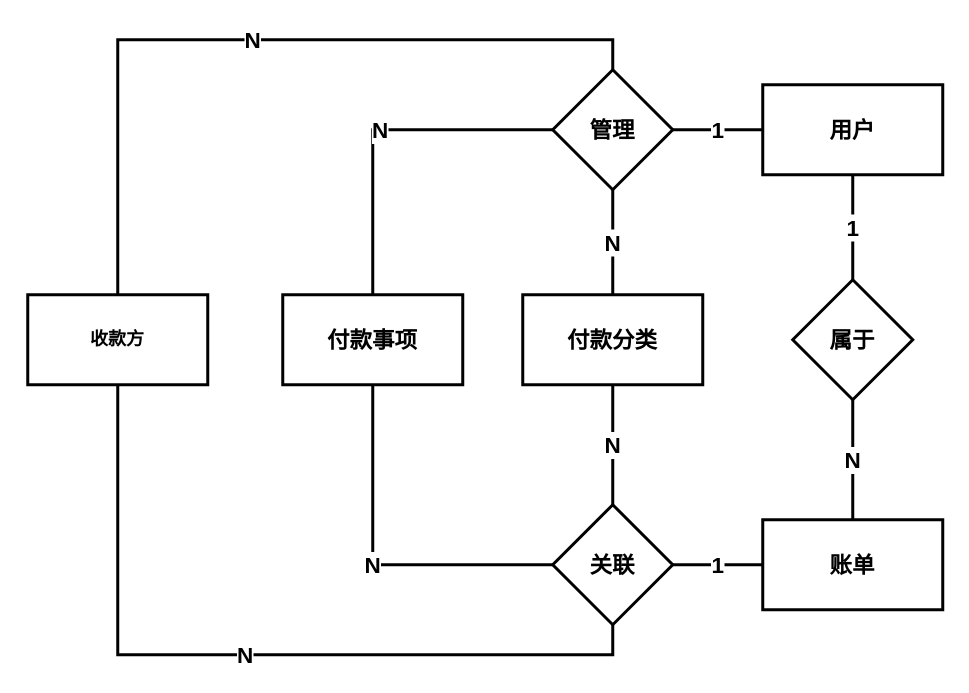
Amos-Pan-lei/diagram-repo keeps this draw.io diagram as page "数据库ER" (2 of 9) of ai记账系统.drawio. Above is the earlier version. Source tidied: cells renumbered, new cells numbered last; positions are measured from the earlier drawing's top-left corner, leaving out a move shared by most shapes. Both pictures are drawn from the tidied source at 150%, with x=0, y=0 at pixel (27, 69).
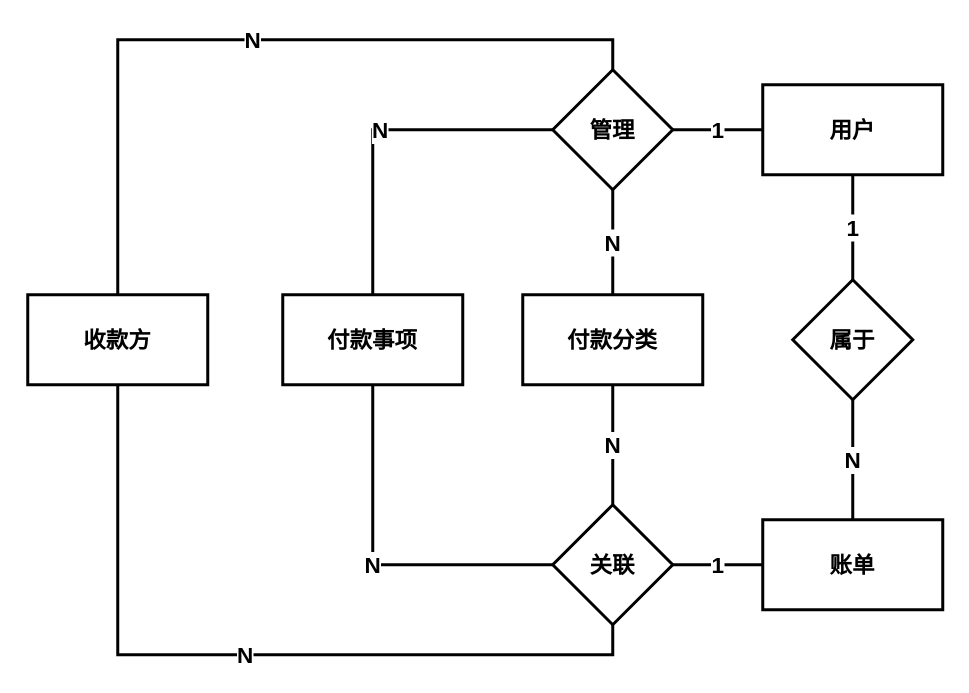
Above is the later version.

Commit message (it also covers changes not shown here):
更新ai记账系统.drawio

Diff of the diagram source:
```diff
@@
 <mxGraphModel>
   <root>
     <mxCell id="0" />
     <mxCell id="1" parent="0" />
     <mxCell id="2" value="1" style="edgeStyle=orthogonalEdgeStyle;rounded=0;jettySize=auto;html=1;exitX=0;exitY=0.5;exitDx=0;exitDy=0;entryX=1;entryY=0.5;entryDx=0;entryDy=0;strokeWidth=2;fontStyle=1;endArrow=none;endFill=0;fontSize=15;" parent="1" edge="1" source="3" target="19">
       <mxGeometry relative="1" as="geometry" />
     </mxCell>
     <mxCell id="3" value="用户" style="rounded=0;whiteSpace=wrap;html=1;fontStyle=1;strokeWidth=2;fontSize=15;" parent="1" vertex="1">
       <mxGeometry x="490" y="10" width="120" height="60" as="geometry" />
     </mxCell>
-    <mxCell id="4" value="收款方" style="rounded=0;whiteSpace=wrap;html=1;fontStyle=1;strokeWidth=2;" parent="1" vertex="1">
+    <mxCell id="4" value="收款方" style="rounded=0;whiteSpace=wrap;html=1;fontStyle=1;strokeWidth=2;fontSize=15;" parent="1" vertex="1">
       <mxGeometry y="150" width="120" height="60" as="geometry" />
     </mxCell>
     <mxCell id="5" value="付款分类" style="rounded=0;whiteSpace=wrap;html=1;fontStyle=1;strokeWidth=2;fontSize=15;" parent="1" vertex="1">
       <mxGeometry x="330" y="150" width="120" height="60" as="geometry" />
     </mxCell>
     <mxCell id="6" value="付款事项" style="rounded=0;whiteSpace=wrap;html=1;fontStyle=1;strokeWidth=2;fontSize=15;" parent="1" vertex="1">
       <mxGeometry x="170" y="150" width="120" height="60" as="geometry" />
     </mxCell>
     <mxCell id="7" value="账单" style="rounded=0;whiteSpace=wrap;html=1;fontStyle=1;strokeWidth=2;fontSize=15;" parent="1" vertex="1">
       <mxGeometry x="490" y="300" width="120" height="60" as="geometry" />
     </mxCell>
     <mxCell id="8" value="1" style="edgeStyle=orthogonalEdgeStyle;rounded=0;jettySize=auto;html=1;exitX=0.5;exitY=0;exitDx=0;exitDy=0;entryX=0.5;entryY=1;entryDx=0;entryDy=0;endArrow=none;endFill=0;strokeWidth=2;fontStyle=1;fontSize=15;" parent="1" edge="1" source="10" target="3">
       <mxGeometry relative="1" as="geometry" />
     </mxCell>
     <mxCell id="9" value="N" style="edgeStyle=orthogonalEdgeStyle;rounded=0;jettySize=auto;html=1;exitX=0.5;exitY=1;exitDx=0;exitDy=0;endArrow=none;endFill=0;strokeWidth=2;fontStyle=1;fontSize=15;" parent="1" edge="1" source="10" target="7">
       <mxGeometry relative="1" as="geometry" />
     </mxCell>
     <mxCell id="10" value="属于" style="rhombus;whiteSpace=wrap;html=1;fontStyle=1;strokeWidth=2;fontSize=15;" parent="1" vertex="1">
       <mxGeometry x="510" y="140" width="80" height="80" as="geometry" />
     </mxCell>
     <mxCell id="11" value="N" style="edgeStyle=orthogonalEdgeStyle;rounded=0;jettySize=auto;html=1;exitX=0.5;exitY=0;exitDx=0;exitDy=0;endArrow=none;endFill=0;strokeWidth=2;fontStyle=1;fontSize=15;" parent="1" edge="1" source="13" target="5">
       <mxGeometry relative="1" as="geometry" />
     </mxCell>
     <mxCell id="12" value="1" style="edgeStyle=orthogonalEdgeStyle;rounded=0;jettySize=auto;html=1;exitX=1;exitY=0.5;exitDx=0;exitDy=0;entryX=0;entryY=0.5;entryDx=0;entryDy=0;endArrow=none;endFill=0;strokeWidth=2;fontStyle=1;fontSize=15;" parent="1" edge="1" source="13" target="7">
       <mxGeometry relative="1" as="geometry" />
     </mxCell>
     <mxCell id="13" value="关联" style="rhombus;whiteSpace=wrap;html=1;fontStyle=1;strokeWidth=2;fontSize=15;" parent="1" vertex="1">
       <mxGeometry x="350" y="290" width="80" height="80" as="geometry" />
     </mxCell>
     <mxCell id="14" value="N" style="edgeStyle=orthogonalEdgeStyle;rounded=0;jettySize=auto;html=1;endArrow=none;endFill=0;strokeWidth=2;fontStyle=1;exitX=0.5;exitY=1;exitDx=0;exitDy=0;fontSize=15;" parent="1" edge="1" source="13" target="4">
       <mxGeometry relative="1" as="geometry" />
     </mxCell>
     <mxCell id="15" value="N" style="edgeStyle=orthogonalEdgeStyle;rounded=0;jettySize=auto;html=1;exitX=0;exitY=0.5;exitDx=0;exitDy=0;endArrow=none;endFill=0;strokeWidth=2;fontStyle=1;fontSize=15;" parent="1" edge="1" source="13" target="6">
       <mxGeometry relative="1" as="geometry" />
     </mxCell>
     <mxCell id="16" value="N" style="edgeStyle=orthogonalEdgeStyle;rounded=0;jettySize=auto;html=1;exitX=0.5;exitY=1;exitDx=0;exitDy=0;strokeWidth=2;fontStyle=1;endArrow=none;endFill=0;fontSize=15;" parent="1" edge="1" source="19" target="5">
       <mxGeometry relative="1" as="geometry" />
     </mxCell>
     <mxCell id="17" value="N" style="edgeStyle=orthogonalEdgeStyle;rounded=0;jettySize=auto;html=1;exitX=0;exitY=0.5;exitDx=0;exitDy=0;entryX=0.5;entryY=0;entryDx=0;entryDy=0;strokeWidth=2;fontStyle=1;endArrow=none;endFill=0;fontSize=15;" parent="1" edge="1" source="19" target="6">
       <mxGeometry relative="1" as="geometry" />
     </mxCell>
     <mxCell id="18" value="N" style="edgeStyle=orthogonalEdgeStyle;rounded=0;jettySize=auto;html=1;exitX=0.5;exitY=0;exitDx=0;exitDy=0;entryX=0.5;entryY=0;entryDx=0;entryDy=0;strokeWidth=2;fontStyle=1;endArrow=none;endFill=0;fontSize=15;" parent="1" edge="1" source="19" target="4">
       <mxGeometry relative="1" as="geometry" />
     </mxCell>
     <mxCell id="19" value="管理" style="rhombus;whiteSpace=wrap;html=1;fontStyle=1;strokeWidth=2;fontSize=15;" parent="1" vertex="1">
       <mxGeometry x="350" width="80" height="80" as="geometry" />
     </mxCell>
   </root>
 </mxGraphModel>
```
